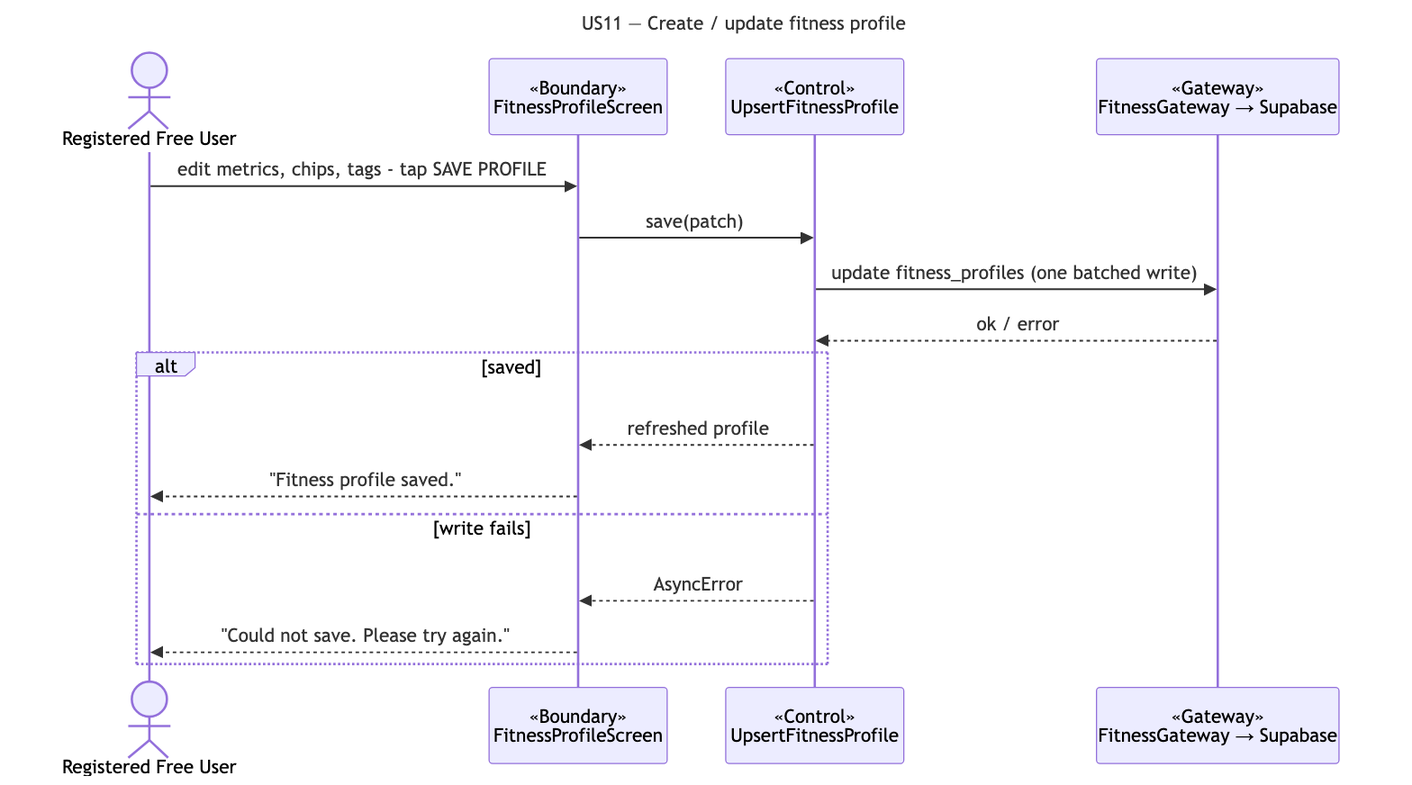
This is docs/deliverables/sequence-diagrams/US11-fitness-profile.png from cyuanjun/FYP-26-S2-37-app, a Mermaid export, as it was before one commit. Its source is kept beside it as docs/deliverables/sequence-diagrams/src/US11-fitness-profile.mmd. Source of this version:
```mermaid
---
title: "US11 — Create / update fitness profile"
---
sequenceDiagram
  actor A as Registered Free User
  participant B as «Boundary»<br/>FitnessProfileScreen
  participant C as «Control»<br/>UpsertFitnessProfile
  participant G as «Gateway»<br/>FitnessGateway → Supabase
  A->>B: edit metrics, chips, tags - tap SAVE PROFILE
  B->>C: save(patch)
  C->>G: update fitness_profiles (one batched write)
  G-->>C: ok / error
  alt saved
    C-->>B: refreshed profile
    B-->>A: "Fitness profile saved."
  else write fails
    C-->>B: AsyncError
    B-->>A: "Could not save. Please try again."
  end
```
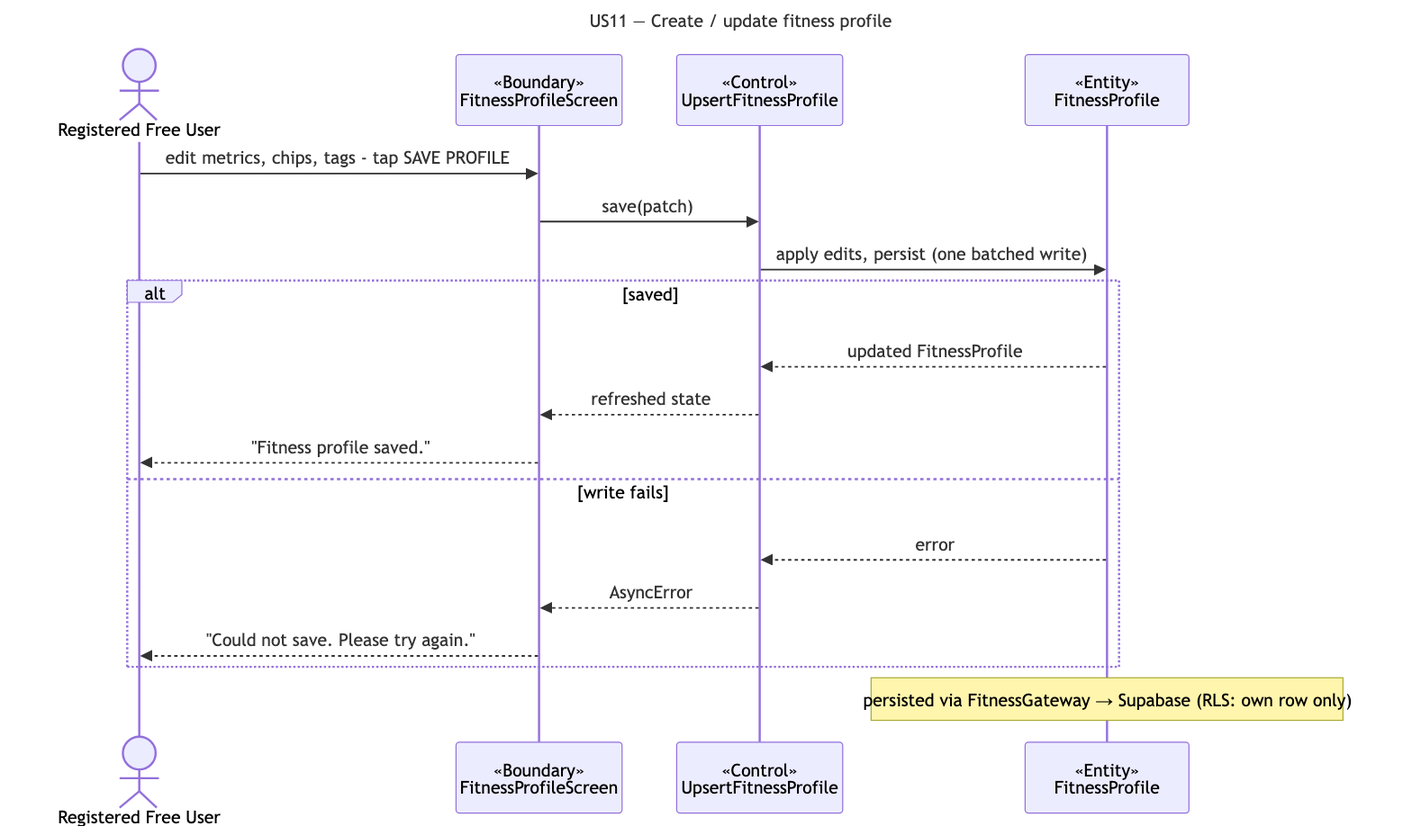
After the commit.

Change to the diagram source:
```diff
@@ -5,15 +5,17 @@
   actor A as Registered Free User
   participant B as «Boundary»<br/>FitnessProfileScreen
   participant C as «Control»<br/>UpsertFitnessProfile
-  participant G as «Gateway»<br/>FitnessGateway → Supabase
+  participant E as «Entity»<br/>FitnessProfile
   A->>B: edit metrics, chips, tags - tap SAVE PROFILE
   B->>C: save(patch)
-  C->>G: update fitness_profiles (one batched write)
-  G-->>C: ok / error
+  C->>E: apply edits, persist (one batched write)
   alt saved
-    C-->>B: refreshed profile
+    E-->>C: updated FitnessProfile
+    C-->>B: refreshed state
     B-->>A: "Fitness profile saved."
   else write fails
+    E-->>C: error
     C-->>B: AsyncError
     B-->>A: "Could not save. Please try again."
   end
+  note over E: persisted via FitnessGateway → Supabase (RLS: own row only)
```
